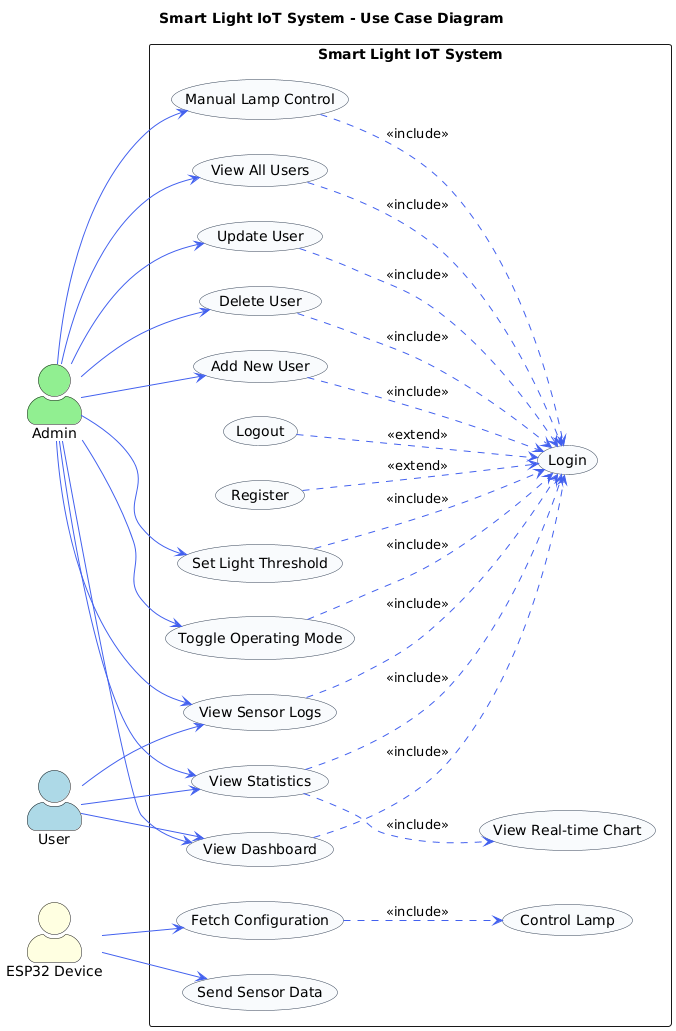
Earlier version of the PlantUML export diagram/usecase.png (A-PPAW-TI503P-2025/PROJECT_KELOMPOK4_CAHAYA).
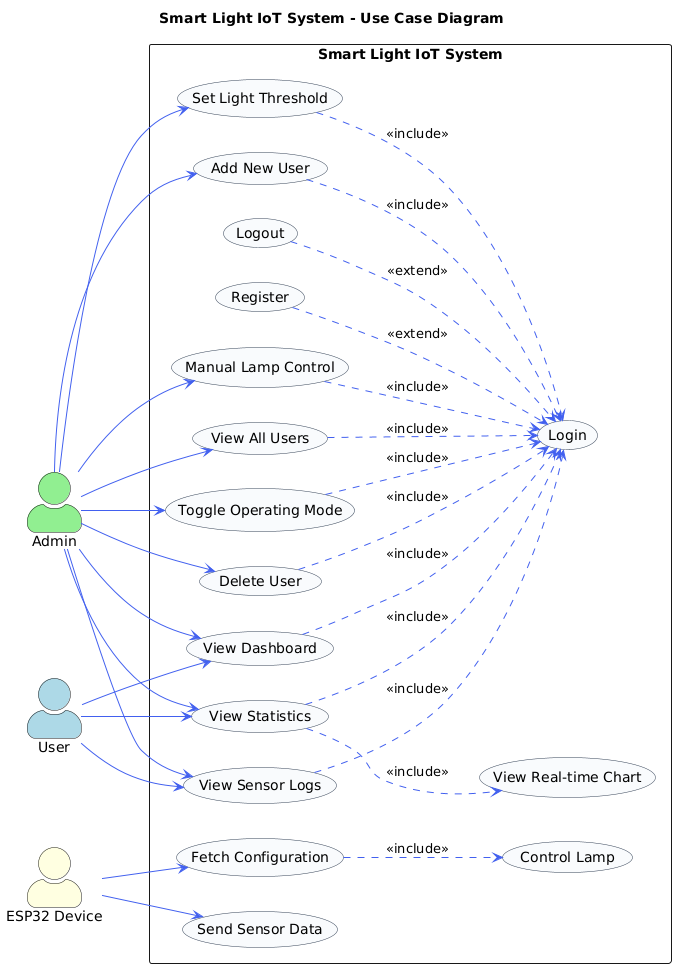
Later version of the same file.

Commit message:
Menghapus use case "Update User" dari diagram use case untuk Sistem IoT Smart Light

Diff of the diagram source:
```diff
@@ -19,25 +19,29 @@
 
   usecase "Register" as UC_Register
   usecase "Logout" as UC_Logout
+
   usecase "Add New User" as UC_AddUser
-  usecase "Update User" as UC_UpdateUser
   usecase "Delete User" as UC_DeleteUser
+
   usecase "Set Light Threshold" as UC_Threshold
   usecase "Toggle Operating Mode" as UC_Mode
   usecase "Manual Lamp Control" as UC_ManualLamp
+
   usecase "View All Users" as UC_ViewUsers
+
   usecase "View Dashboard" as UC_Dashboard
   usecase "View Statistics" as UC_Stats
   usecase "View Sensor Logs" as UC_Logs
+
   usecase "Login" as UC_Login
   usecase "View Real-time Chart" as UC_Chart
+
   usecase "Fetch Configuration" as UC_FetchConfig
   usecase "Send Sensor Data" as UC_SendData
   usecase "Control Lamp" as UC_ControlLamp
 }
 
 admin --> UC_AddUser
-admin --> UC_UpdateUser
 admin --> UC_DeleteUser
 admin --> UC_Threshold
 admin --> UC_Mode
@@ -58,7 +62,6 @@
 UC_Logout ..> UC_Login : <<extend>>
 
 UC_AddUser ..> UC_Login : <<include>>
-UC_UpdateUser ..> UC_Login : <<include>>
 UC_DeleteUser ..> UC_Login : <<include>>
 UC_Threshold ..> UC_Login : <<include>>
 UC_Mode ..> UC_Login : <<include>>
```
